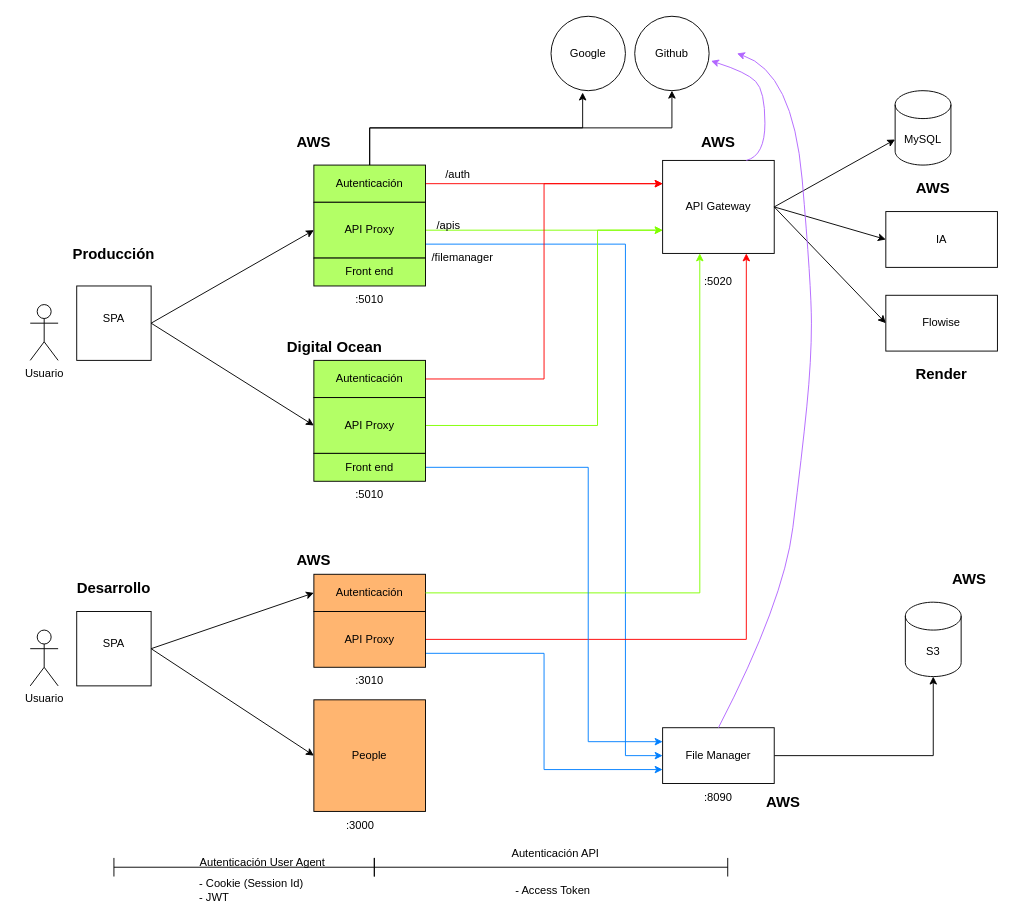
Earlier version of the draw.io diagram page "Copia de Bloques v4" (7 of 16) of Esquemas.drawio (ocpdata/new-repo). Source tidied: cells renumbered, new cells numbered last; positions are measured from the earlier drawing's top-left corner, leaving out a move shared by most shapes. Both pictures are drawn from the tidied source at 93%, with x=0, y=0 at pixel (30, 16).
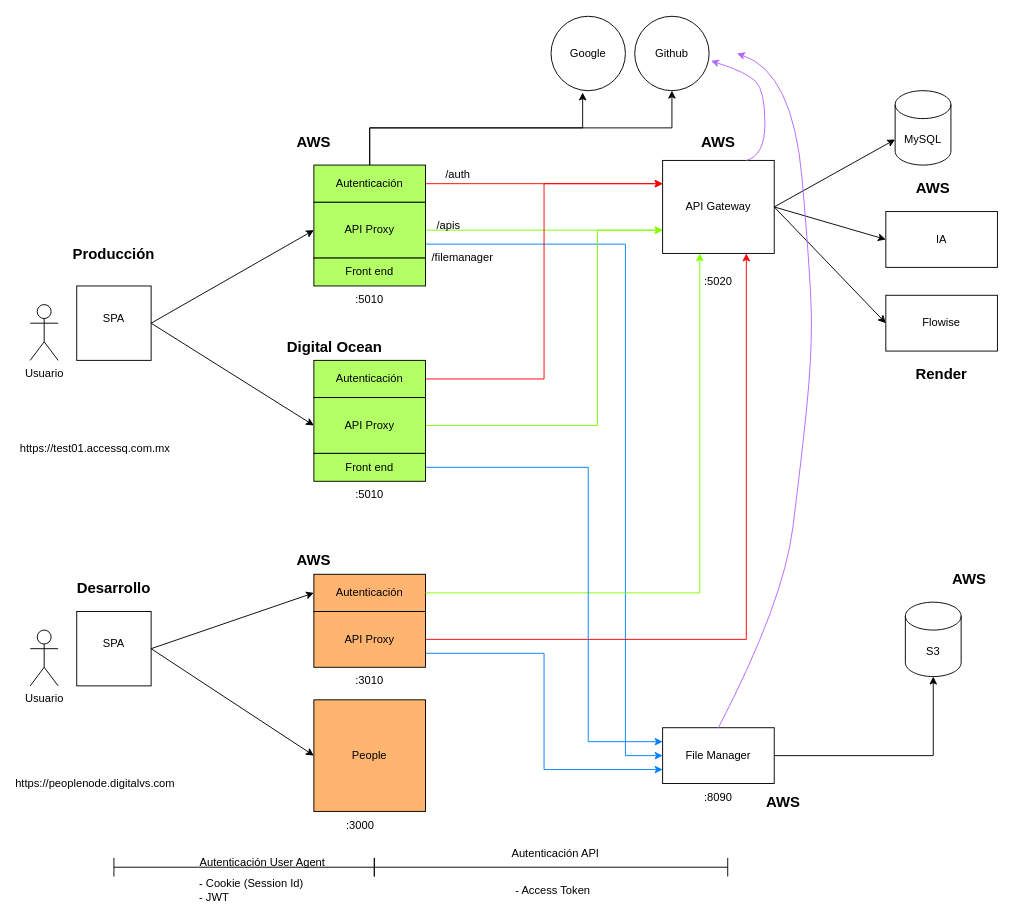
The same page after the edit.

Change to the diagram source:
```diff
@@
+    <mxCell id="75" value="https://test01.accessq.com.mx" style="text;html=1;whiteSpace=wrap;strokeColor=none;fillColor=none;align=center;verticalAlign=middle;rounded=0;" parent="1" vertex="1">
+      <mxGeometry x="40" y="450" width="60" height="30" as="geometry" />
+    </mxCell>
+    <mxCell id="76" value="https://peoplenode.digitalvs.com" style="text;html=1;whiteSpace=wrap;strokeColor=none;fillColor=none;align=center;verticalAlign=middle;rounded=0;" parent="1" vertex="1">
+      <mxGeometry x="40" y="810" width="60" height="30" as="geometry" />
+    </mxCell>
```
